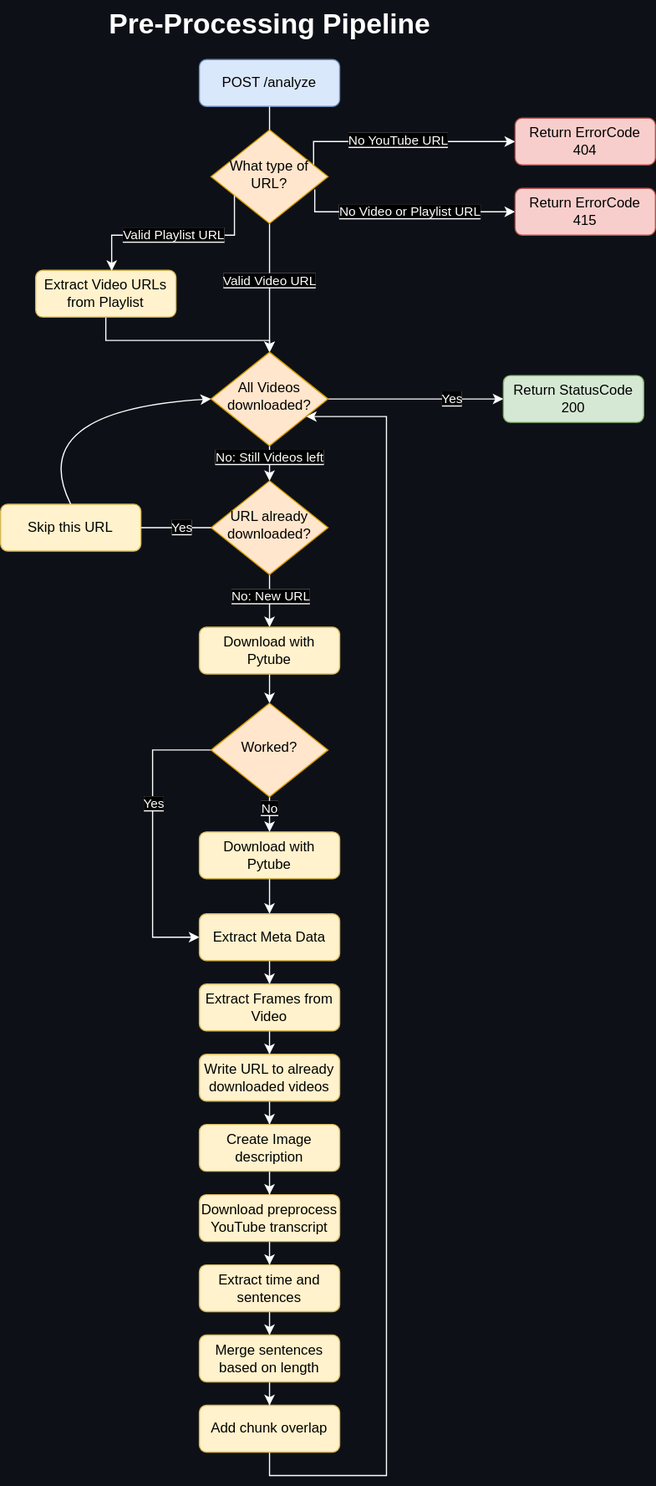
This is media/images/pre-processing-pipeline-dark.svg from dneumnn/AcademicChatBot, a draw.io export, as it was before one commit. Source tidied: cells renumbered, new cells last; positions are measured from the earlier drawing's top-left corner, leaving out a move shared by most shapes.
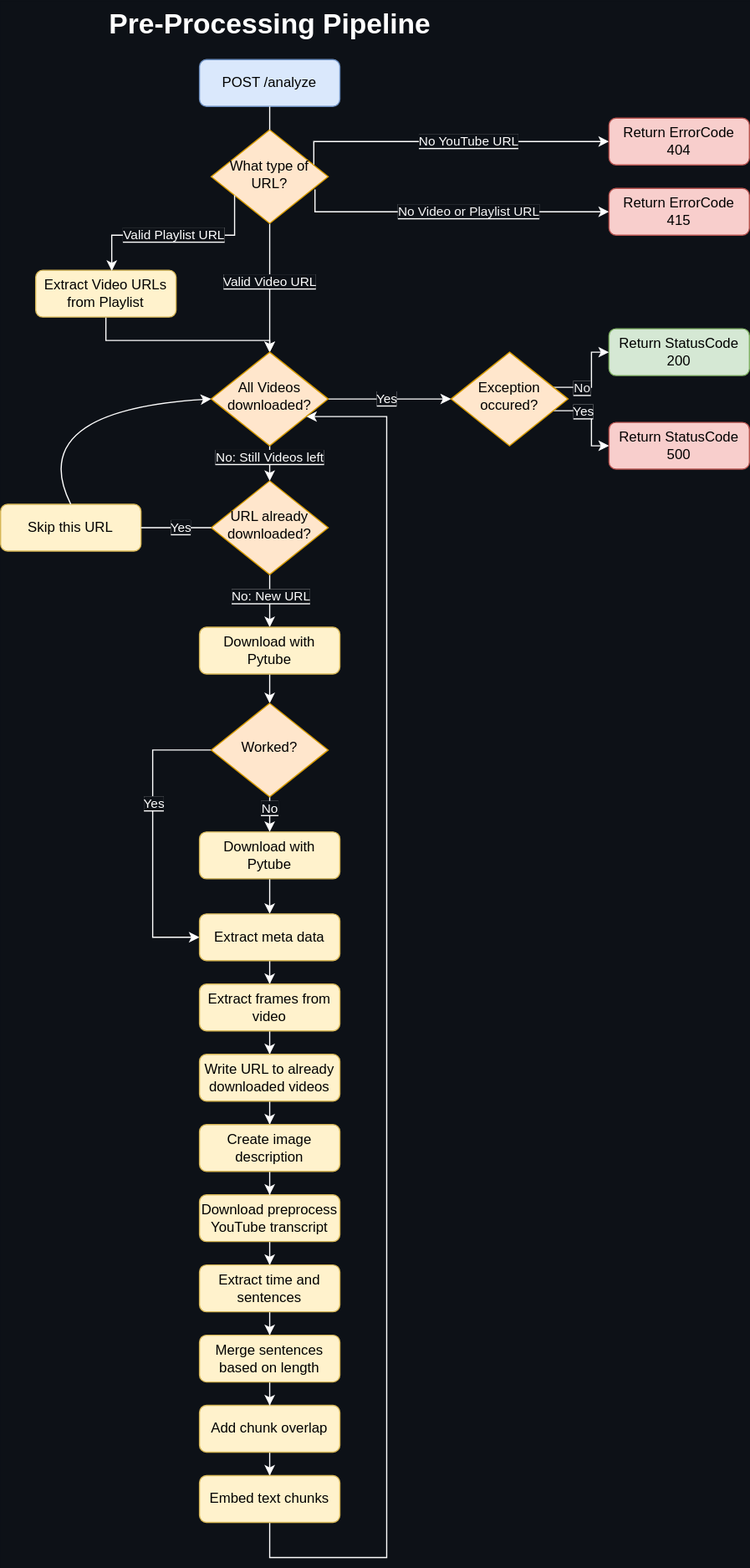
Later version of the same file.

Commit message:
Update pre-processing images

Diff of the diagram source:
```diff
@@ -1,8 +1,8 @@
-<mxGraphModel background="#0d1117">
+<mxGraphModel background="#0D1117">
   <root>
     <mxCell id="0" />
     <mxCell id="1" parent="0" />
-    <mxCell id="2" value="&lt;font color=&quot;#ffffff&quot;&gt;Pre-Processing Pipeline&lt;/font&gt;" style="text;strokeColor=none;fillColor=none;html=1;fontSize=24;fontStyle=1;verticalAlign=middle;align=center;" parent="1" vertex="1">
+    <mxCell id="2" value="&lt;font style=&quot;color: rgb(255, 255, 255);&quot;&gt;Pre-Processing Pipeline&lt;/font&gt;" style="text;strokeColor=none;fillColor=none;html=1;fontSize=24;fontStyle=1;verticalAlign=middle;align=center;" parent="1" vertex="1">
       <mxGeometry x="75" width="310" height="40" as="geometry" />
     </mxCell>
     <mxCell id="3" value="POST /analyze" style="rounded=1;whiteSpace=wrap;html=1;fontSize=12;glass=0;strokeWidth=1;shadow=0;fillColor=#dae8fc;strokeColor=#6c8ebf;" parent="1" vertex="1">
@@ -15,15 +15,15 @@
         </Array>
       </mxGeometry>
     </mxCell>
-    <mxCell id="5" value="&lt;font style=&quot;background-color: rgb(0, 0, 0);&quot; color=&quot;#ffffff&quot;&gt;No Video or Playlist URL&lt;/font&gt;" style="edgeLabel;html=1;align=center;verticalAlign=middle;" parent="4" vertex="1">
+    <mxCell id="5" value="&lt;span style=&quot;background-color: rgb(13, 17, 23);&quot;&gt;&lt;font style=&quot;color: rgb(247, 247, 247);&quot;&gt;No Video or Playlist URL&lt;/font&gt;&lt;/span&gt;" style="edgeLabel;html=1;align=center;verticalAlign=middle;" parent="4" vertex="1">
       <mxGeometry x="-0.09" relative="1" as="geometry">
-        <mxPoint x="13" as="offset" />
+        <mxPoint x="27" as="offset" />
       </mxGeometry>
     </mxCell>
     <mxCell id="6" style="edgeStyle=orthogonalEdgeStyle;rounded=0;jettySize=auto;html=1;strokeColor=#FFFFFF;" parent="1" edge="1" source="10" target="28">
       <mxGeometry relative="1" as="geometry" />
     </mxCell>
-    <mxCell id="7" value="&lt;font style=&quot;background-color: rgb(0, 0, 0);&quot; color=&quot;#ffffff&quot;&gt;Valid Video URL&lt;/font&gt;" style="edgeLabel;html=1;align=center;verticalAlign=middle;" parent="6" vertex="1">
+    <mxCell id="7" value="&lt;font style=&quot;background-color: rgb(13, 17, 23); color: rgb(255, 255, 255);&quot;&gt;Valid Video URL&lt;/font&gt;" style="edgeLabel;html=1;align=center;verticalAlign=middle;" parent="6" vertex="1">
       <mxGeometry x="0.1" relative="1" as="geometry">
         <mxPoint y="-11" as="offset" />
       </mxGeometry>
@@ -35,9 +35,9 @@
         </Array>
       </mxGeometry>
     </mxCell>
-    <mxCell id="9" value="&lt;font style=&quot;background-color: rgb(0, 0, 0);&quot; color=&quot;#ffffff&quot;&gt;No YouTube URL&lt;/font&gt;" style="edgeLabel;html=1;align=center;verticalAlign=middle;" parent="8" vertex="1">
+    <mxCell id="9" value="&lt;font style=&quot;color: rgb(255, 255, 255); background-color: rgb(13, 17, 23);&quot;&gt;No YouTube URL&lt;/font&gt;" style="edgeLabel;html=1;align=center;verticalAlign=middle;" parent="8" vertex="1">
       <mxGeometry x="-0.36" y="1" relative="1" as="geometry">
-        <mxPoint x="31" as="offset" />
+        <mxPoint x="66" y="1" as="offset" />
       </mxGeometry>
     </mxCell>
     <mxCell id="10" value="What type of URL?" style="rhombus;whiteSpace=wrap;html=1;shadow=0;fontFamily=Helvetica;fontSize=12;align=center;strokeWidth=1;spacing=6;spacingTop=-4;fillColor=#ffe6cc;strokeColor=#d79b00;" parent="1" vertex="1">
@@ -47,7 +47,7 @@
       <mxGeometry relative="1" as="geometry" />
     </mxCell>
     <mxCell id="12" value="Return ErrorCode 415" style="rounded=1;whiteSpace=wrap;html=1;fontSize=12;glass=0;strokeWidth=1;shadow=0;fillColor=#f8cecc;strokeColor=#b85450;" parent="1" vertex="1">
-      <mxGeometry x="440" y="160" width="120" height="40" as="geometry" />
+      <mxGeometry x="520" y="160" width="120" height="40" as="geometry" />
     </mxCell>
     <mxCell id="13" style="edgeStyle=orthogonalEdgeStyle;rounded=0;jettySize=auto;html=1;entryX=0.5;entryY=0;entryDx=0;entryDy=0;strokeColor=#FFFFFF;" parent="1" edge="1" source="14" target="28">
       <mxGeometry relative="1" as="geometry">
@@ -62,21 +62,24 @@
     <mxCell id="15" style="edgeStyle=orthogonalEdgeStyle;rounded=0;jettySize=auto;html=1;strokeColor=#FFFFFF;" parent="1" edge="1" source="17" target="33">
       <mxGeometry relative="1" as="geometry" />
     </mxCell>
-    <mxCell id="16" value="&lt;font style=&quot;background-color: rgb(0, 0, 0);&quot; color=&quot;#ffffff&quot;&gt;No: New URL&lt;/font&gt;" style="edgeLabel;html=1;align=center;verticalAlign=middle;" parent="15" vertex="1">
+    <mxCell id="16" value="&lt;span style=&quot;background-color: rgb(13, 17, 23);&quot;&gt;&lt;font style=&quot;color: rgb(255, 255, 255);&quot;&gt;No: New URL&lt;/font&gt;&lt;/span&gt;" style="edgeLabel;html=1;align=center;verticalAlign=middle;" parent="15" vertex="1">
       <mxGeometry x="-0.18" y="1" relative="1" as="geometry" />
     </mxCell>
     <mxCell id="17" value="URL already downloaded?" style="rhombus;whiteSpace=wrap;html=1;shadow=0;fontFamily=Helvetica;fontSize=12;align=center;strokeWidth=1;spacing=6;spacingTop=-4;fillColor=#ffe6cc;strokeColor=#d79b00;" parent="1" vertex="1">
       <mxGeometry x="180" y="410" width="100" height="80" as="geometry" />
     </mxCell>
-    <mxCell id="18" style="edgeStyle=orthogonalEdgeStyle;rounded=0;jettySize=auto;html=1;exitX=0.5;exitY=1;exitDx=0;exitDy=0;strokeColor=#FFFFFF;" parent="1" edge="1" source="19" target="28">
+    <mxCell id="18" style="edgeStyle=orthogonalEdgeStyle;rounded=0;jettySize=auto;html=1;exitX=0.5;exitY=1;exitDx=0;exitDy=0;strokeColor=#FFFFFF;" parent="1" edge="1" source="57" target="28">
       <mxGeometry relative="1" as="geometry">
         <Array as="points">
-          <mxPoint x="230" y="1260" />
-          <mxPoint x="330" y="1260" />
+          <mxPoint x="230" y="1330" />
+          <mxPoint x="330" y="1330" />
           <mxPoint x="330" y="355" />
         </Array>
       </mxGeometry>
     </mxCell>
+    <mxCell id="56" style="edgeStyle=orthogonalEdgeStyle;rounded=0;jettySize=auto;html=1;strokeColor=#FFFFFF;" parent="1" edge="1" source="19" target="57">
+      <mxGeometry relative="1" as="geometry" />
+    </mxCell>
     <mxCell id="19" value="Add chunk overlap" style="rounded=1;whiteSpace=wrap;html=1;fontSize=12;glass=0;strokeWidth=1;shadow=0;fillColor=#fff2cc;strokeColor=#d6b656;" parent="1" vertex="1">
       <mxGeometry x="170" y="1200" width="120" height="40" as="geometry" />
     </mxCell>
@@ -86,7 +89,7 @@
     <mxCell id="21" style="endArrow=none;html=1;rounded=0;exitX=1;exitY=0.5;exitDx=0;exitDy=0;entryX=0;entryY=0.5;entryDx=0;entryDy=0;strokeColor=#FFFFFF;" parent="1" edge="1" source="20" target="17">
       <mxGeometry relative="1" as="geometry" />
     </mxCell>
-    <mxCell id="22" value="&lt;font style=&quot;background-color: rgb(0, 0, 0);&quot; color=&quot;#ffffff&quot;&gt;Yes&lt;/font&gt;" style="edgeLabel;html=1;align=center;verticalAlign=middle;" parent="21" vertex="1">
+    <mxCell id="22" value="&lt;span style=&quot;background-color: rgb(13, 17, 23);&quot;&gt;&lt;font style=&quot;color: rgb(255, 255, 255);&quot;&gt;Yes&lt;/font&gt;&lt;/span&gt;" style="edgeLabel;html=1;align=center;verticalAlign=middle;" parent="21" vertex="1">
       <mxGeometry x="0.3" relative="1" as="geometry">
         <mxPoint x="-5" as="offset" />
       </mxGeometry>
@@ -98,25 +101,25 @@
         </Array>
       </mxGeometry>
     </mxCell>
-    <mxCell id="24" style="edgeStyle=orthogonalEdgeStyle;rounded=0;jettySize=auto;html=1;strokeColor=#FFFFFF;" parent="1" edge="1" source="28" target="29">
+    <mxCell id="24" style="edgeStyle=orthogonalEdgeStyle;rounded=0;jettySize=auto;html=1;strokeColor=#FFFFFF;" parent="1" edge="1" source="28" target="63">
       <mxGeometry relative="1" as="geometry" />
     </mxCell>
-    <mxCell id="25" value="&lt;font style=&quot;background-color: rgb(0, 0, 0);&quot; color=&quot;#ffffff&quot;&gt;Yes&lt;/font&gt;" style="edgeLabel;html=1;align=center;verticalAlign=middle;" parent="24" vertex="1">
+    <mxCell id="25" value="&lt;font style=&quot;color: rgb(255, 255, 255); background-color: rgb(13, 17, 23);&quot;&gt;Yes&lt;/font&gt;" style="edgeLabel;html=1;align=center;verticalAlign=middle;" parent="24" vertex="1">
       <mxGeometry x="-0.26" relative="1" as="geometry">
-        <mxPoint x="50" as="offset" />
+        <mxPoint x="11" as="offset" />
       </mxGeometry>
     </mxCell>
     <mxCell id="26" style="edgeStyle=orthogonalEdgeStyle;rounded=0;jettySize=auto;html=1;strokeColor=#FFFFFF;" parent="1" edge="1" source="28" target="17">
       <mxGeometry relative="1" as="geometry" />
     </mxCell>
-    <mxCell id="27" value="&lt;font style=&quot;background-color: rgb(0, 0, 0);&quot; color=&quot;#ffffff&quot;&gt;No: Still Videos left&lt;/font&gt;" style="edgeLabel;html=1;align=center;verticalAlign=middle;" parent="26" vertex="1">
+    <mxCell id="27" value="&lt;span style=&quot;background-color: rgb(13, 17, 23);&quot;&gt;&lt;font style=&quot;color: rgb(255, 255, 255);&quot;&gt;No: Still Videos left&lt;/font&gt;&lt;/span&gt;" style="edgeLabel;html=1;align=center;verticalAlign=middle;" parent="26" vertex="1">
       <mxGeometry x="0.2" relative="1" as="geometry" />
     </mxCell>
     <mxCell id="28" value="All Videos downloaded?" style="rhombus;whiteSpace=wrap;html=1;shadow=0;fontFamily=Helvetica;fontSize=12;align=center;strokeWidth=1;spacing=6;spacingTop=-4;fillColor=#ffe6cc;strokeColor=#d79b00;" parent="1" vertex="1">
       <mxGeometry x="180" y="300" width="100" height="80" as="geometry" />
     </mxCell>
     <mxCell id="29" value="Return StatusCode 200" style="rounded=1;whiteSpace=wrap;html=1;fontSize=12;glass=0;strokeWidth=1;shadow=0;fillColor=#d5e8d4;strokeColor=#82b366;" parent="1" vertex="1">
-      <mxGeometry x="430" y="320" width="120" height="40" as="geometry" />
+      <mxGeometry x="520" y="280" width="120" height="40" as="geometry" />
     </mxCell>
     <mxCell id="30" style="edgeStyle=orthogonalEdgeStyle;rounded=0;jettySize=auto;html=1;entryX=0.542;entryY=0.015;entryDx=0;entryDy=0;entryPerimeter=0;strokeColor=#FFFFFF;" parent="1" edge="1" source="10" target="14">
       <mxGeometry relative="1" as="geometry">
@@ -126,7 +129,7 @@
         </Array>
       </mxGeometry>
     </mxCell>
-    <mxCell id="31" value="&lt;font style=&quot;background-color: rgb(0, 0, 0);&quot; color=&quot;#ffffff&quot;&gt;Valid Playlist URL&lt;/font&gt;" style="edgeLabel;html=1;align=center;verticalAlign=middle;" parent="30" vertex="1">
+    <mxCell id="31" value="&lt;span style=&quot;background-color: rgb(13, 17, 23);&quot;&gt;&lt;font style=&quot;color: rgb(255, 255, 255);&quot;&gt;Valid Playlist URL&lt;/font&gt;&lt;/span&gt;" style="edgeLabel;html=1;align=center;verticalAlign=middle;" parent="30" vertex="1">
       <mxGeometry x="0.11" y="3" relative="1" as="geometry">
         <mxPoint x="8" y="-3" as="offset" />
       </mxGeometry>
@@ -138,7 +141,7 @@
       <mxGeometry x="170" y="535" width="120" height="40" as="geometry" />
     </mxCell>
     <mxCell id="34" value="Return ErrorCode 404" style="rounded=1;whiteSpace=wrap;html=1;fontSize=12;glass=0;strokeWidth=1;shadow=0;fillColor=#f8cecc;strokeColor=#b85450;" parent="1" vertex="1">
-      <mxGeometry x="440" y="100" width="120" height="40" as="geometry" />
+      <mxGeometry x="520" y="100" width="120" height="40" as="geometry" />
     </mxCell>
     <mxCell id="35" style="edgeStyle=orthogonalEdgeStyle;rounded=0;jettySize=auto;html=1;entryX=0.5;entryY=0;entryDx=0;entryDy=0;strokeColor=#FFFFFF;" parent="1" edge="1" source="36" target="43">
       <mxGeometry relative="1" as="geometry" />
@@ -149,7 +152,7 @@
     <mxCell id="37" style="edgeStyle=orthogonalEdgeStyle;rounded=0;jettySize=auto;html=1;strokeColor=#FFFFFF;" parent="1" edge="1" source="41" target="36">
       <mxGeometry relative="1" as="geometry" />
     </mxCell>
-    <mxCell id="38" value="&lt;font style=&quot;background-color: rgb(0, 0, 0);&quot; color=&quot;#ffffff&quot;&gt;No&lt;/font&gt;" style="edgeLabel;html=1;align=center;verticalAlign=middle;" parent="37" vertex="1">
+    <mxCell id="38" value="&lt;font style=&quot;color: rgb(255, 255, 255); background-color: rgb(13, 17, 23);&quot;&gt;No&lt;/font&gt;" style="edgeLabel;html=1;align=center;verticalAlign=middle;" parent="37" vertex="1">
       <mxGeometry x="-0.62" relative="1" as="geometry" />
     </mxCell>
     <mxCell id="39" style="edgeStyle=orthogonalEdgeStyle;rounded=0;jettySize=auto;html=1;strokeColor=#FFFFFF;" parent="1" edge="1" source="41" target="43">
@@ -160,7 +163,7 @@
         </Array>
       </mxGeometry>
     </mxCell>
-    <mxCell id="40" value="&lt;span style=&quot;background-color: rgb(0, 0, 0);&quot;&gt;&lt;font color=&quot;#ffffff&quot;&gt;Yes&lt;/font&gt;&lt;/span&gt;" style="edgeLabel;html=1;align=center;verticalAlign=middle;" parent="39" vertex="1">
+    <mxCell id="40" value="&lt;font style=&quot;color: rgb(255, 255, 255); background-color: rgb(13, 17, 23);&quot;&gt;Yes&lt;/font&gt;" style="edgeLabel;html=1;align=center;verticalAlign=middle;" parent="39" vertex="1">
       <mxGeometry x="-0.04" y="1" relative="1" as="geometry">
         <mxPoint y="-25" as="offset" />
       </mxGeometry>
@@ -171,13 +174,13 @@
     <mxCell id="42" style="edgeStyle=orthogonalEdgeStyle;rounded=0;jettySize=auto;html=1;strokeColor=#FFFFFF;" parent="1" edge="1" source="43" target="45">
       <mxGeometry relative="1" as="geometry" />
     </mxCell>
-    <mxCell id="43" value="Extract Meta Data" style="rounded=1;whiteSpace=wrap;html=1;fontSize=12;glass=0;strokeWidth=1;shadow=0;fillColor=#fff2cc;strokeColor=#d6b656;" parent="1" vertex="1">
+    <mxCell id="43" value="Extract meta data" style="rounded=1;whiteSpace=wrap;html=1;fontSize=12;glass=0;strokeWidth=1;shadow=0;fillColor=#fff2cc;strokeColor=#d6b656;" parent="1" vertex="1">
       <mxGeometry x="170" y="780" width="120" height="40" as="geometry" />
     </mxCell>
     <mxCell id="44" style="edgeStyle=orthogonalEdgeStyle;rounded=0;jettySize=auto;html=1;strokeColor=#FFFFFF;" parent="1" edge="1" source="45" target="47">
       <mxGeometry relative="1" as="geometry" />
     </mxCell>
-    <mxCell id="45" value="Extract Frames from Video" style="rounded=1;whiteSpace=wrap;html=1;fontSize=12;glass=0;strokeWidth=1;shadow=0;fillColor=#fff2cc;strokeColor=#d6b656;" parent="1" vertex="1">
+    <mxCell id="45" value="Extract frames from video" style="rounded=1;whiteSpace=wrap;html=1;fontSize=12;glass=0;strokeWidth=1;shadow=0;fillColor=#fff2cc;strokeColor=#d6b656;" parent="1" vertex="1">
       <mxGeometry x="170" y="840" width="120" height="40" as="geometry" />
     </mxCell>
     <mxCell id="46" style="edgeStyle=orthogonalEdgeStyle;rounded=0;jettySize=auto;html=1;strokeColor=#FFFFFF;" parent="1" edge="1" source="47" target="55">
@@ -207,8 +210,39 @@
     <mxCell id="54" style="edgeStyle=orthogonalEdgeStyle;rounded=0;jettySize=auto;html=1;strokeColor=#FFFFFF;" parent="1" edge="1" source="55" target="49">
       <mxGeometry relative="1" as="geometry" />
     </mxCell>
-    <mxCell id="55" value="Create Image description" style="rounded=1;whiteSpace=wrap;html=1;fontSize=12;glass=0;strokeWidth=1;shadow=0;fillColor=#fff2cc;strokeColor=#d6b656;" parent="1" vertex="1">
+    <mxCell id="55" value="Create image description" style="rounded=1;whiteSpace=wrap;html=1;fontSize=12;glass=0;strokeWidth=1;shadow=0;fillColor=#fff2cc;strokeColor=#d6b656;" parent="1" vertex="1">
       <mxGeometry x="170" y="960" width="120" height="40" as="geometry" />
     </mxCell>
+    <mxCell id="57" value="Embed text chunks" style="rounded=1;whiteSpace=wrap;html=1;fontSize=12;glass=0;strokeWidth=1;shadow=0;fillColor=#fff2cc;strokeColor=#d6b656;" parent="1" vertex="1">
+      <mxGeometry x="170" y="1260" width="120" height="40" as="geometry" />
+    </mxCell>
+    <mxCell id="58" value="Return StatusCode 500" style="rounded=1;whiteSpace=wrap;html=1;fontSize=12;glass=0;strokeWidth=1;shadow=0;fillColor=#f8cecc;strokeColor=#b85450;" parent="1" vertex="1">
+      <mxGeometry x="520" y="360" width="120" height="40" as="geometry" />
+    </mxCell>
+    <mxCell id="59" style="edgeStyle=orthogonalEdgeStyle;rounded=0;jettySize=auto;html=1;strokeColor=#FFFFFF;" parent="1" edge="1" source="63" target="29">
+      <mxGeometry relative="1" as="geometry">
+        <Array as="points">
+          <mxPoint x="505" y="330" />
+          <mxPoint x="505" y="300" />
+        </Array>
+      </mxGeometry>
+    </mxCell>
+    <mxCell id="60" value="&lt;span style=&quot;background-color: rgb(13, 17, 23);&quot;&gt;&lt;font style=&quot;color: rgb(242, 242, 242);&quot;&gt;No&lt;/font&gt;&lt;/span&gt;" style="edgeLabel;html=1;align=center;verticalAlign=middle;" parent="59" vertex="1">
+      <mxGeometry x="-0.38" y="-1" relative="1" as="geometry" />
+    </mxCell>
+    <mxCell id="61" style="edgeStyle=orthogonalEdgeStyle;rounded=0;jettySize=auto;html=1;strokeColor=#FFFFFF;" parent="1" edge="1" source="63" target="58">
+      <mxGeometry relative="1" as="geometry">
+        <Array as="points">
+          <mxPoint x="505" y="350" />
+          <mxPoint x="505" y="380" />
+        </Array>
+      </mxGeometry>
+    </mxCell>
+    <mxCell id="62" value="&lt;span style=&quot;background-color: rgb(13, 17, 23);&quot;&gt;&lt;font style=&quot;color: rgb(255, 255, 255);&quot;&gt;Yes&lt;/font&gt;&lt;/span&gt;" style="edgeLabel;html=1;align=center;verticalAlign=middle;" parent="61" vertex="1">
+      <mxGeometry x="-0.35" y="-1" relative="1" as="geometry" />
+    </mxCell>
+    <mxCell id="63" value="Exception occured?" style="rhombus;whiteSpace=wrap;html=1;shadow=0;fontFamily=Helvetica;fontSize=12;align=center;strokeWidth=1;spacing=6;spacingTop=-4;fillColor=#ffe6cc;strokeColor=#d79b00;" parent="1" vertex="1">
+      <mxGeometry x="385" y="300" width="100" height="80" as="geometry" />
+    </mxCell>
   </root>
 </mxGraphModel>
```
